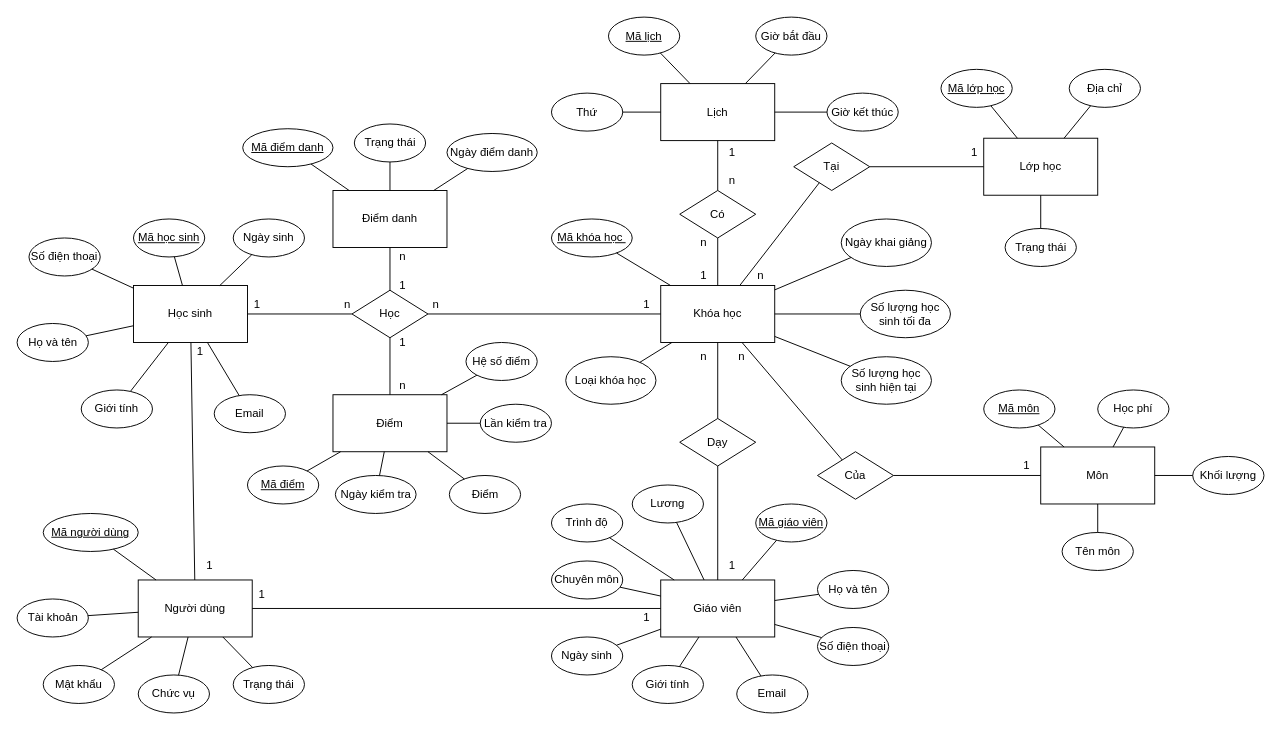
The draw.io diagram page "Page-3" (3 of 4) of Describe/ERD.drawio in DatNT12052003/Project-Database-Lab, before the edit. Source tidied: cells renumbered, new cells numbered last; positions are measured from the earlier drawing's top-left corner, leaving out a move shared by most shapes. Both pictures are drawn from the tidied source at 95%, with x=0, y=0 at pixel (16, 17).
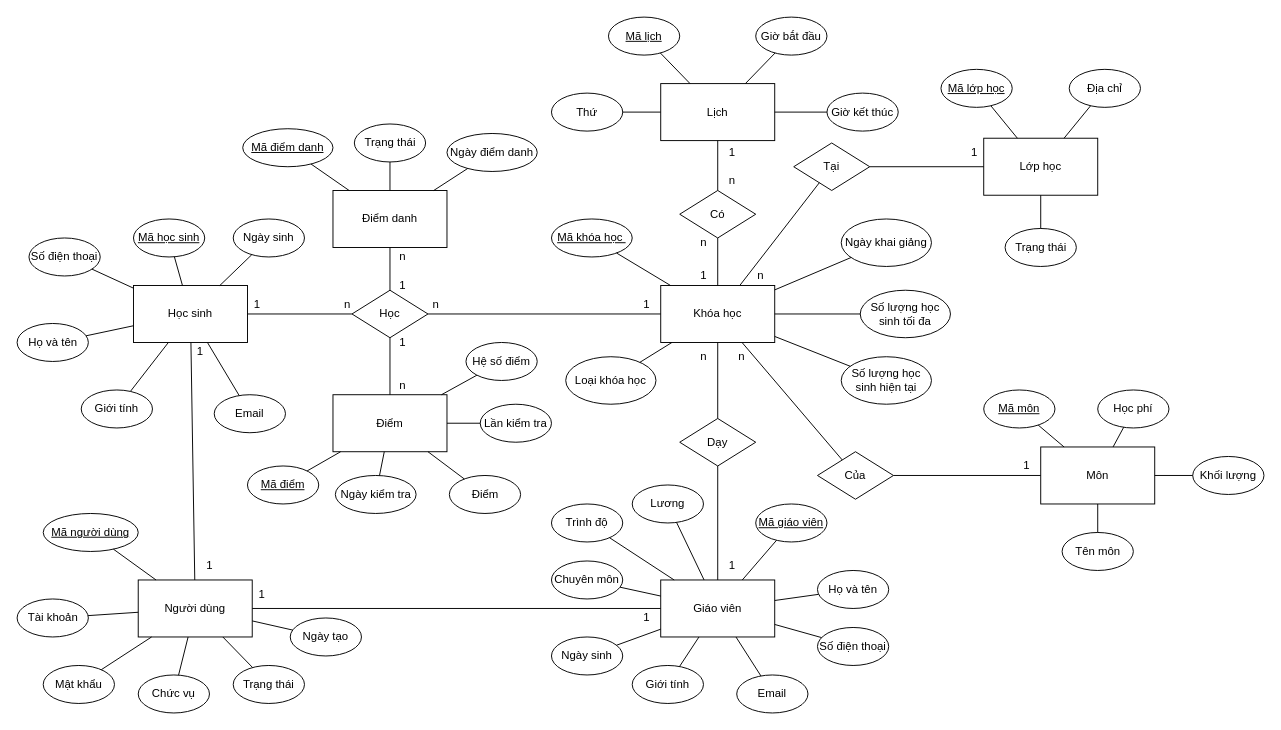
The same diagram, later.

The change refers to these unchanged cells:
```xml
<mxCell id="99" value="Người dùng" style="rounded=0;whiteSpace=wrap;html=1;" parent="1" vertex="1">
  <mxGeometry x="128" y="592" width="120" height="60" as="geometry" />
</mxCell>
```

The edit, as a diff of the source:
```diff
@@
+    <mxCell id="140" value="Ngày tạo" style="ellipse;whiteSpace=wrap;html=1;" parent="1" vertex="1">
+      <mxGeometry x="288" y="632" width="75" height="40" as="geometry" />
+    </mxCell>
+    <mxCell id="141" style="endArrow=none;html=1;rounded=0;" parent="1" edge="1" source="140" target="99">
+      <mxGeometry relative="1" as="geometry" />
+    </mxCell>
```
